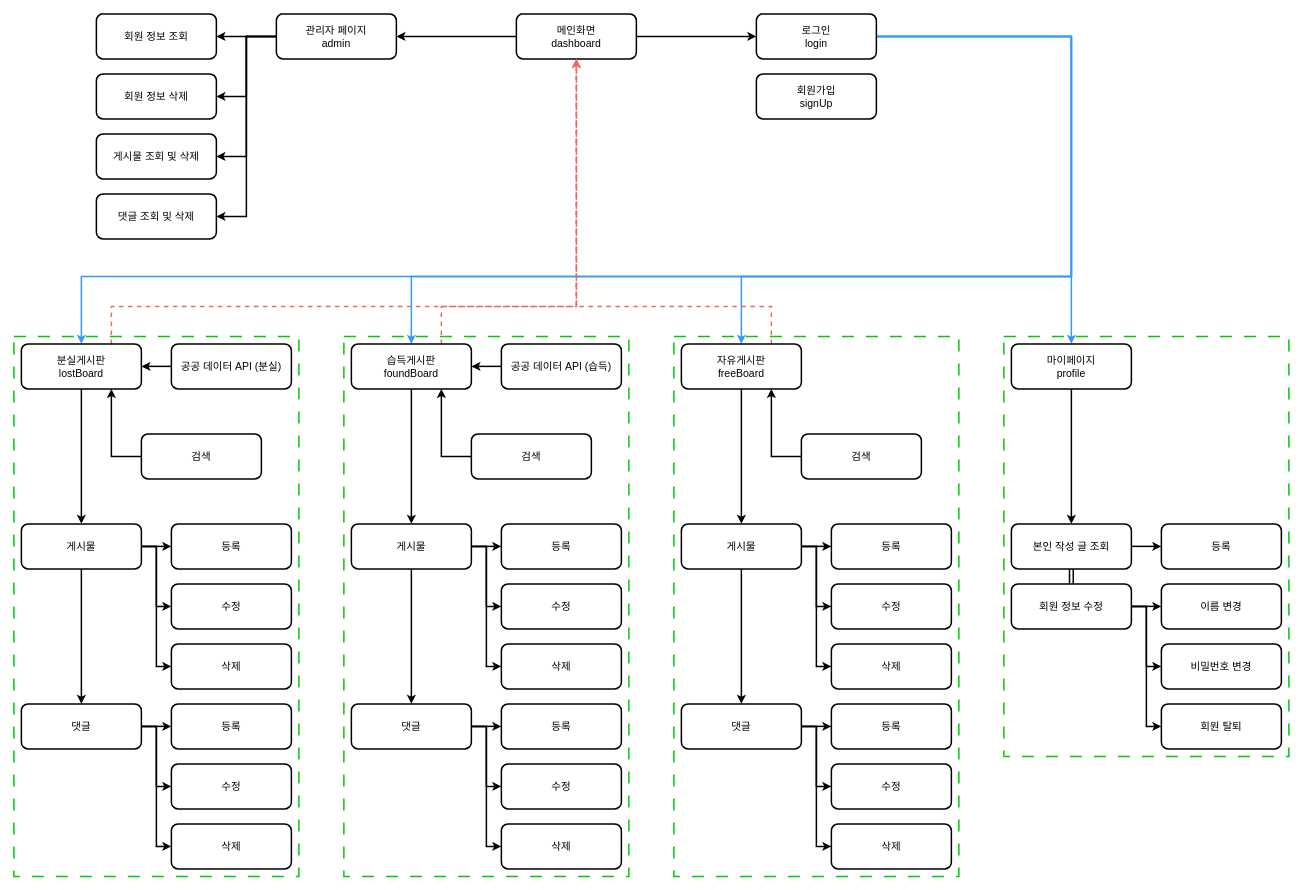
Above: storyBoard.drawio in prnsslcn/lostAndFound (draw.io), before the change. Source tidied: cells renumbered, new cells numbered last; positions are measured from the earlier drawing's top-left corner, leaving out a move shared by most shapes. Both pictures are drawn from the tidied source at 75%, with x=0, y=0 at pixel (14, 14).
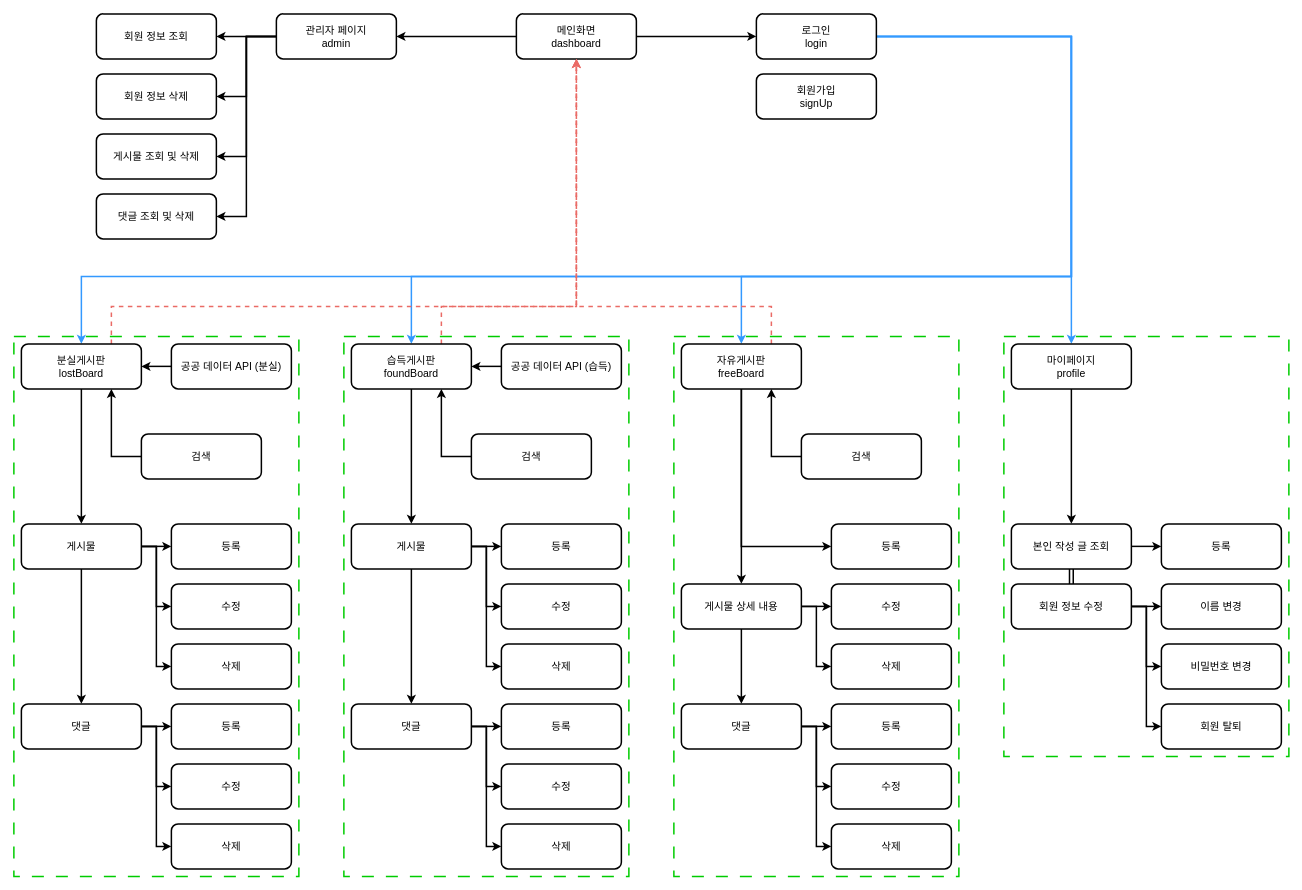
After the change.

Commit message:
게시물 등록 로직 변경

The change refers to these unchanged cells:
```xml
<mxCell id="62" value="&lt;span style=&quot;font-size: 14px;&quot;&gt;자유게시판&lt;/span&gt;&lt;div&gt;&lt;span style=&quot;font-size: 14px;&quot;&gt;freeBoard&lt;/span&gt;&lt;/div&gt;" style="rounded=1;whiteSpace=wrap;html=1;strokeWidth=2;" parent="1" vertex="1">
  <mxGeometry x="890" y="440" width="160" height="60" as="geometry" />
</mxCell>
<mxCell id="64" value="&lt;span style=&quot;font-size: 14px;&quot;&gt;등록&lt;/span&gt;" style="rounded=1;whiteSpace=wrap;html=1;strokeWidth=2;" parent="1" vertex="1">
  <mxGeometry x="1090" y="680" width="160" height="60" as="geometry" />
</mxCell>
```

What changed in the source:
```diff
@@
+    <mxCell id="101" style="edgeStyle=orthogonalEdgeStyle;rounded=0;jettySize=auto;html=1;exitX=0.5;exitY=1;exitDx=0;exitDy=0;entryX=0;entryY=0.5;entryDx=0;entryDy=0;strokeWidth=2;" parent="1" edge="1" source="62" target="64">
+      <mxGeometry relative="1" as="geometry" />
+    </mxCell>
@@
-    <mxCell id="67" style="edgeStyle=orthogonalEdgeStyle;rounded=0;jettySize=auto;html=1;exitX=1;exitY=0.5;exitDx=0;exitDy=0;entryX=0;entryY=0.5;entryDx=0;entryDy=0;strokeWidth=2;" parent="1" edge="1" source="70" target="64">
-      <mxGeometry relative="1" as="geometry" />
-    </mxCell>
@@
-    <mxCell id="70" value="&lt;span style=&quot;font-size: 14px;&quot;&gt;게시물&lt;/span&gt;" style="rounded=1;whiteSpace=wrap;html=1;strokeWidth=2;" parent="1" vertex="1">
-      <mxGeometry x="890" y="680" width="160" height="60" as="geometry" />
+    <mxCell id="70" value="&lt;span style=&quot;font-size: 14px;&quot;&gt;게시물 상세 내용&lt;/span&gt;" style="rounded=1;whiteSpace=wrap;html=1;strokeWidth=2;" parent="1" vertex="1">
+      <mxGeometry x="890" y="760" width="160" height="60" as="geometry" />
     </mxCell>
```
